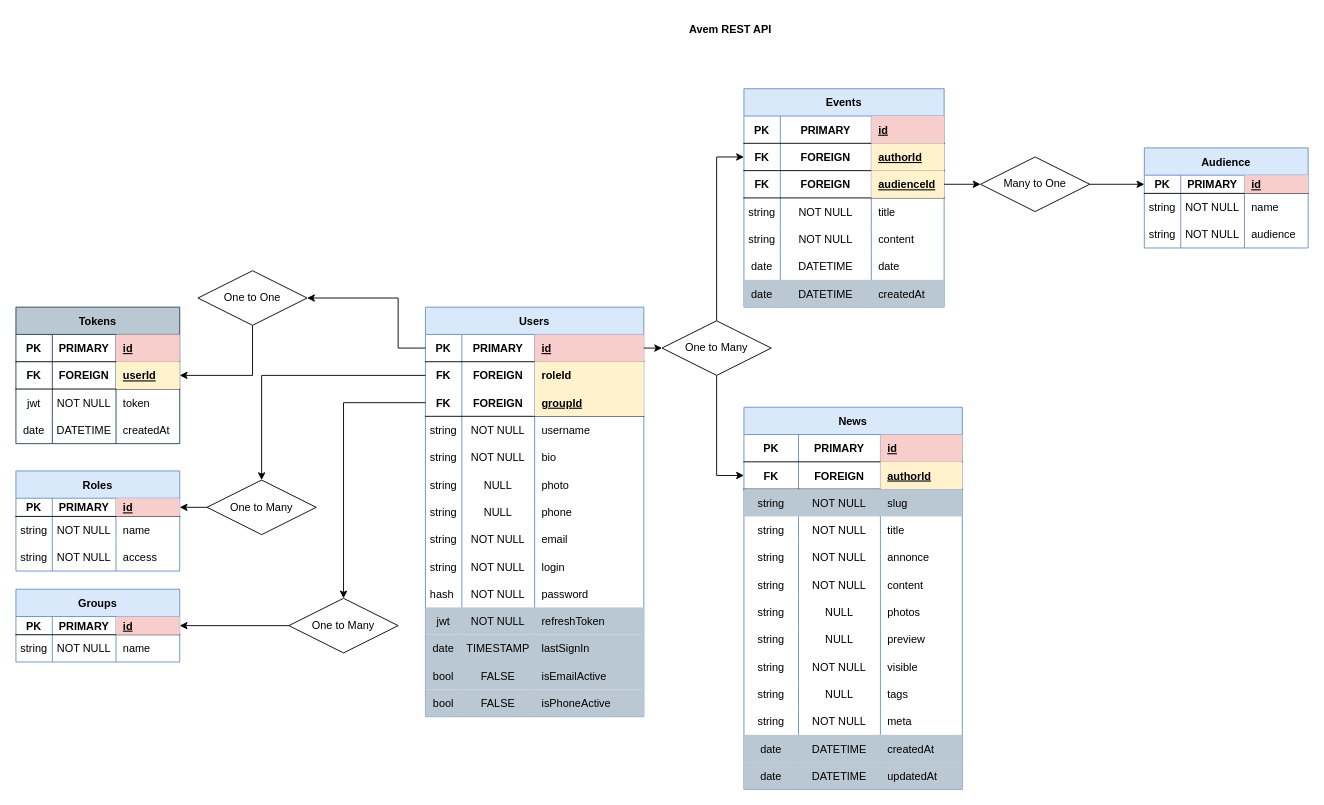
Before: Untitled Diagram.drawio in BawNer/avem-server, a draw.io diagram. Source tidied: cells renumbered, new cells numbered last; positions are measured from the earlier drawing's top-left corner, leaving out a move shared by most shapes. Both pictures are drawn from the tidied source at 91%, with x=0, y=0 at pixel (15, 15).
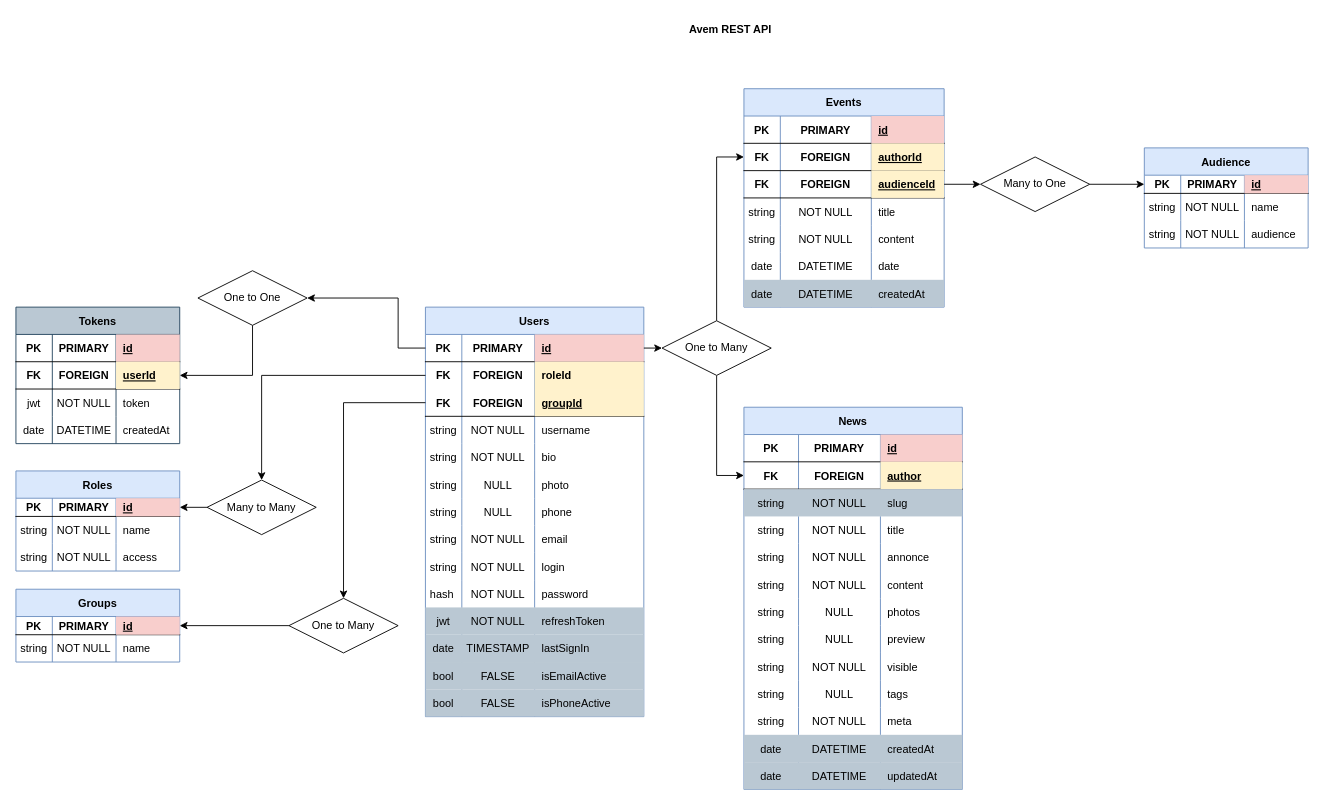
The same diagram, later.

Unchanged cells that the change refers to:
```xml
<mxCell id="83" style="shape=tableRow;horizontal=0;startSize=0;swimlaneHead=0;swimlaneBody=0;fillColor=none;points=[[0,0.5],[1,0.5]];portConstraint=eastwest;top=0;left=0;right=0;bottom=1;sketch=0;" parent="78" vertex="1">
  <mxGeometry y="60" width="240" height="30" as="geometry" />
</mxCell>
```

What changed in the source:
```diff
@@
-    <mxCell id="86" value="authorId" style="shape=partialRectangle;fillColor=#fff2cc;top=0;left=0;bottom=0;right=0;align=left;spacingLeft=6;fontStyle=5;overflow=hidden;sketch=0;strokeColor=#d6b656;" parent="83" vertex="1">
+    <mxCell id="86" value="author" style="shape=partialRectangle;fillColor=#fff2cc;top=0;left=0;bottom=0;right=0;align=left;spacingLeft=6;fontStyle=5;overflow=hidden;sketch=0;strokeColor=#d6b656;" parent="83" vertex="1">
       <mxGeometry x="150" width="90" height="30" as="geometry" />
     </mxCell>
@@
-    <mxCell id="186" value="One to Many" style="shape=rhombus;perimeter=rhombusPerimeter;whiteSpace=wrap;html=1;align=center;" parent="1" vertex="1">
+    <mxCell id="186" value="Many to Many" style="shape=rhombus;perimeter=rhombusPerimeter;whiteSpace=wrap;html=1;align=center;" parent="1" vertex="1">
       <mxGeometry x="210" y="510" width="120" height="60" as="geometry" />
     </mxCell>
```
